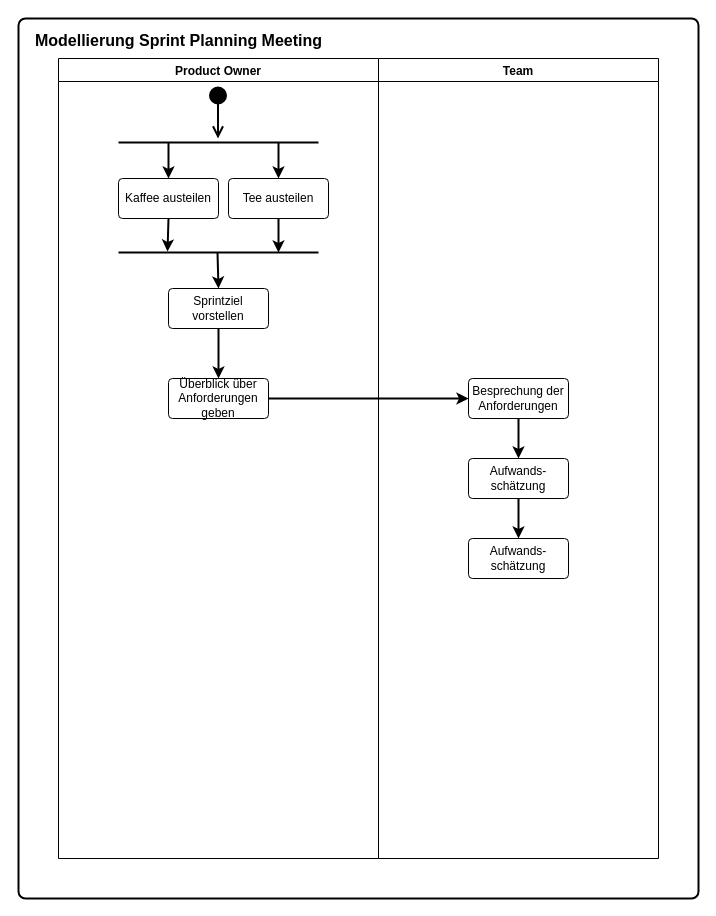
Above: Uebung3/Aufgabe3.2.drawio in Software-Engineering-Team-HBRS/uebungsaufgaben (draw.io), before the change. Source tidied: cells renumbered, new cells numbered last; positions are measured from the earlier drawing's top-left corner, leaving out a move shared by most shapes. Both pictures are drawn from the tidied source at 100%, with x=0, y=0 at pixel (18, 18).
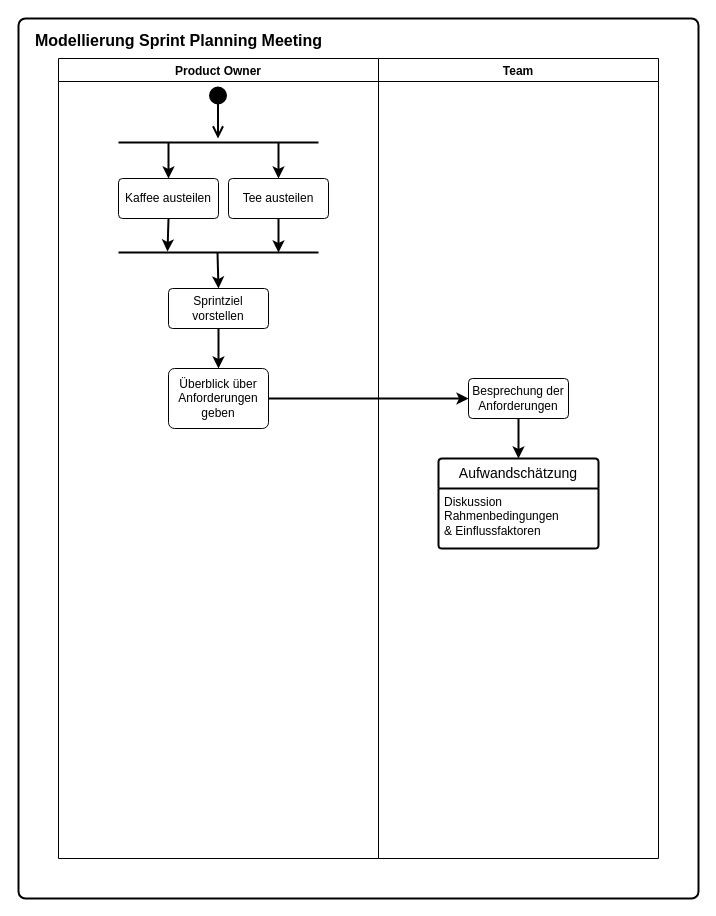
The same page after the edit.

The change refers to these unchanged cells:
```xml
<mxCell id="16" value="Team" style="swimlane;" parent="1" vertex="1">
  <mxGeometry x="360" y="40" width="280" height="800" as="geometry" />
</mxCell>
<mxCell id="20" value="&lt;div&gt;Besprechung der&lt;/div&gt;&lt;div&gt;Anforderungen&lt;/div&gt;" style="rounded=1;arcSize=10;whiteSpace=wrap;html=1;align=center;" parent="1" vertex="1">
  <mxGeometry x="450" y="360" width="100" height="40" as="geometry" />
</mxCell>
```

Change to the diagram source:
```diff
@@
-    <mxCell id="17" value="&lt;div&gt;Aufwands-schätzung&lt;/div&gt;" style="rounded=1;arcSize=10;whiteSpace=wrap;html=1;align=center;" parent="16" vertex="1">
-      <mxGeometry x="90" y="400" width="100" height="40" as="geometry" />
-    </mxCell>
     <mxCell id="18" value="&lt;div&gt;Überblick über &lt;br&gt;&lt;/div&gt;&lt;div&gt;Anforderungen&lt;/div&gt;&lt;div&gt;geben&lt;/div&gt;" style="rounded=1;arcSize=10;whiteSpace=wrap;html=1;align=center;" parent="1" vertex="1">
-      <mxGeometry x="150" y="360" width="100" height="40" as="geometry" />
+      <mxGeometry x="150" y="350" width="100" height="60" as="geometry" />
     </mxCell>
@@
-    <mxCell id="22" style="endArrow=classic;html=1;rounded=0;strokeWidth=2;exitX=0.5;exitY=1;exitDx=0;exitDy=0;entryX=0.5;entryY=0;entryDx=0;entryDy=0;" parent="1" edge="1" source="20" target="17">
-      <mxGeometry relative="1" as="geometry" />
+    <mxCell id="22" style="endArrow=classic;html=1;rounded=0;strokeWidth=2;exitX=0.5;exitY=1;exitDx=0;exitDy=0;entryX=0.5;entryY=0;entryDx=0;entryDy=0;" parent="1" edge="1" source="20">
+      <mxGeometry relative="1" as="geometry">
+        <mxPoint x="500" y="440" as="targetPoint" />
+      </mxGeometry>
     </mxCell>
-    <mxCell id="23" value="&lt;div&gt;Aufwands-schätzung&lt;/div&gt;" style="rounded=1;arcSize=10;whiteSpace=wrap;html=1;align=center;" parent="1" vertex="1">
-      <mxGeometry x="450" y="520" width="100" height="40" as="geometry" />
-    </mxCell>
-    <mxCell id="24" style="endArrow=classic;html=1;rounded=0;strokeWidth=2;exitX=0.5;exitY=1;exitDx=0;exitDy=0;entryX=0.5;entryY=0;entryDx=0;entryDy=0;" parent="1" edge="1" source="17" target="23">
-      <mxGeometry relative="1" as="geometry" />
-    </mxCell>
+    <mxCell id="25" value="Aufwandschätzung" style="swimlane;horizontal=1;startSize=30;rounded=1;fontSize=14;fontStyle=0;strokeWidth=2;shadow=0;dashed=0;align=center;arcSize=4;whiteSpace=wrap;html=1;" parent="1" vertex="1">
+      <mxGeometry x="420" y="440" width="160" height="90" as="geometry" />
+    </mxCell>
+    <mxCell id="26" value="&lt;div&gt;Diskussion&lt;/div&gt;&lt;div&gt;Rahmenbedingungen&lt;/div&gt;&lt;div&gt;&amp;amp; Einflussfaktoren&lt;/div&gt;" style="align=left;strokeColor=none;fillColor=none;spacingLeft=4;spacingRight=4;fontSize=12;verticalAlign=top;html=1;whiteSpace=wrap;" parent="25" vertex="1">
+      <mxGeometry y="30" width="160" height="60" as="geometry" />
+    </mxCell>
```
